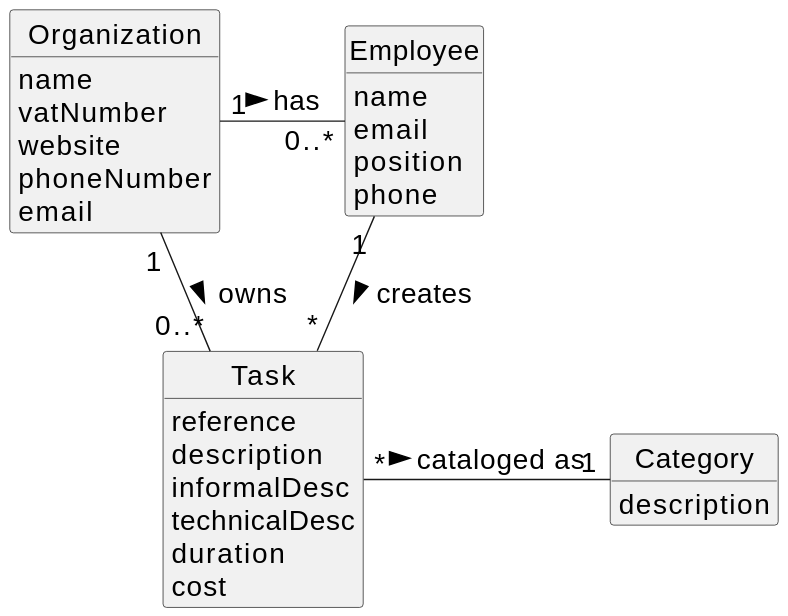
Above: docs/sprintA/us004/02.analysis/svg/us004-domain-model.svg in Departamento-de-Engenharia-Informatica/lei-24-s2-1dm-g132 (PlantUML), before the change.
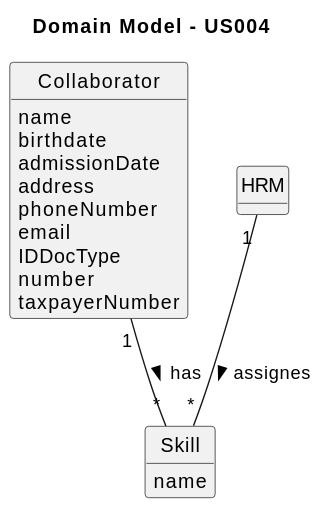
Later version of the same file.

Commit message:
US004 readme and domain model update

The edit, as a diff of the source:
```diff
@@ -1,5 +1,4 @@
 @startuml
-skinparamlocked defaultFontSize 20
 skinparam monochrome true
 skinparam packageStyle rectangle
 skinparam shadowing false
@@ -10,39 +9,28 @@
 hide circle
 hide methods
 
+title Domain Model - US004
 
-
-class Organization {
+class Collaborator {
     name
-    vatNumber
-    website
+    birthdate
+    admissionDate
+    address
     phoneNumber
     email
+    IDDocType
+    number
+    taxpayerNumber
 }
 
-class Task {
-    reference
-    description
-    informalDesc
-    technicalDesc
-    duration
-    cost
+class Skill {
+    name
 }
 
-class Category {
-    description
-}
-
-class Employee {
-    name
-    email
-    position
-    phone
+class HRM {
 }
 
 
-Organization "1" - "0..*" Employee : has >
-Organization "1" - "0..*" Task: owns >
-Employee "1" -- "*" Task : creates >
-Task "*" - "1" Category: cataloged as >
+Collaborator "1" -- "*" Skill : has >
+HRM "1" -- "*" Skill : assignes >
 @enduml
```
